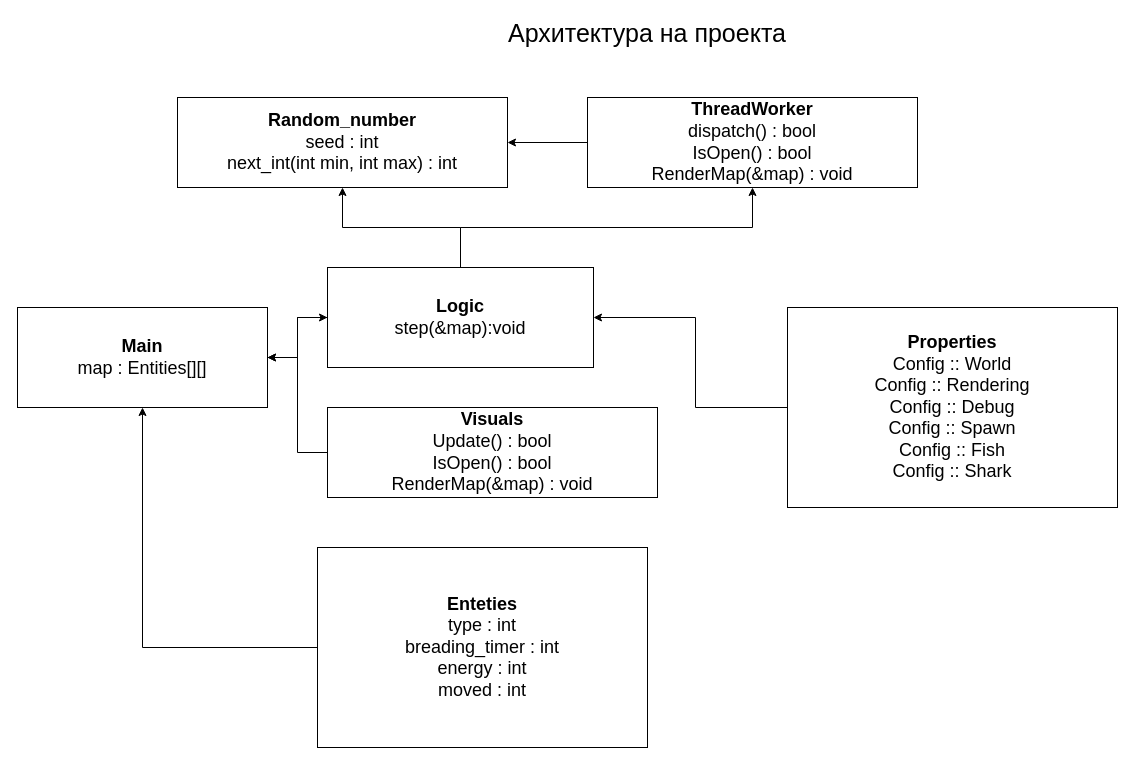
eGuardianDev/University-Work keeps this draw.io diagram as ( 3 ) third Year/( 6 ) Sixth semester/SPO/Docs/Assets/UML-Connections.drawio. Above is the earlier version. Source tidied: cells renumbered, new cells numbered last; positions are measured from the earlier drawing's top-left corner, leaving out a move shared by most shapes. Both pictures are drawn from the tidied source at 100%, with x=0, y=0 at pixel (17, 17).
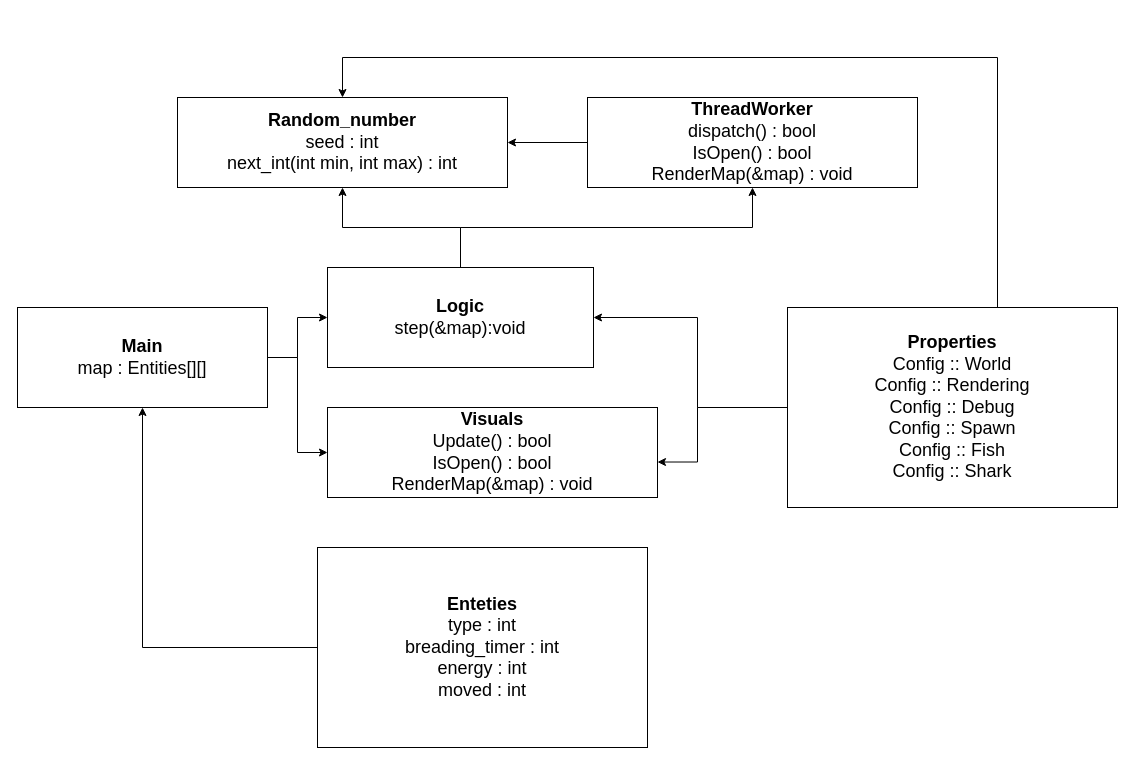
Above is the later version.

Unchanged cells that the change refers to:
```xml
<mxCell id="4" value="&lt;div&gt;&lt;b&gt;Main&lt;/b&gt;&lt;/div&gt;&lt;div&gt;map : Entities[][]&lt;/div&gt;" style="rounded=0;whiteSpace=wrap;html=1;fontSize=18;" parent="1" vertex="1">
  <mxGeometry y="290" width="250" height="100" as="geometry" />
</mxCell>
<mxCell id="5" value="&lt;div&gt;&lt;b&gt;Random_number&lt;/b&gt;&lt;/div&gt;&lt;div&gt;seed : int&lt;/div&gt;&lt;div&gt;next_int(int min, int max) : int&lt;/div&gt;" style="rounded=0;whiteSpace=wrap;html=1;fontSize=18;" parent="1" vertex="1">
  <mxGeometry x="160" y="80" width="330" height="90" as="geometry" />
</mxCell>
<mxCell id="9" value="&lt;div&gt;&lt;b&gt;Logic&lt;/b&gt;&lt;/div&gt;&lt;div&gt;step(&amp;amp;map):void&lt;/div&gt;" style="rounded=0;whiteSpace=wrap;html=1;fontSize=18;" parent="1" vertex="1">
  <mxGeometry x="310" y="250" width="266" height="100" as="geometry" />
</mxCell>
<mxCell id="11" value="&lt;div&gt;&lt;b&gt;Visuals&lt;/b&gt;&lt;/div&gt;&lt;div&gt;Update() : bool&lt;/div&gt;&lt;div&gt;IsOpen() : bool&lt;/div&gt;&lt;div&gt;RenderMap(&amp;amp;map) : void&lt;/div&gt;" style="rounded=0;whiteSpace=wrap;html=1;fontSize=18;" parent="1" vertex="1">
  <mxGeometry x="310" y="390" width="330" height="90" as="geometry" />
</mxCell>
<mxCell id="17" value="&lt;div&gt;&lt;b&gt;Properties&lt;/b&gt;&lt;/div&gt;&lt;div&gt;Config :: World&lt;/div&gt;&lt;div&gt;Config :: Rendering&lt;/div&gt;&lt;div&gt;Config :: Debug&lt;br&gt;Config :: Spawn&lt;/div&gt;&lt;div&gt;Config :: Fish&lt;/div&gt;&lt;div&gt;Config :: Shark&lt;/div&gt;" style="rounded=0;whiteSpace=wrap;html=1;fontSize=18;" parent="1" vertex="1">
  <mxGeometry x="770" y="290" width="330" height="200" as="geometry" />
</mxCell>
```

The edit, as a diff of the source:
```diff
@@
-    <mxCell id="2" value="&lt;font&gt;Архитектура на проекта&lt;/font&gt;" style="text;html=1;whiteSpace=wrap;strokeColor=none;fillColor=none;align=center;verticalAlign=middle;rounded=0;fontSize=25;" parent="1" vertex="1">
-      <mxGeometry x="230" width="800" height="30" as="geometry" />
-    </mxCell>
@@
+    <mxCell id="18" style="edgeStyle=orthogonalEdgeStyle;rounded=0;jettySize=auto;html=1;entryX=0;entryY=0.5;entryDx=0;entryDy=0;" parent="1" edge="1" source="4" target="11">
+      <mxGeometry relative="1" as="geometry" />
+    </mxCell>
@@
-    <mxCell id="8" style="edgeStyle=orthogonalEdgeStyle;rounded=0;jettySize=auto;html=1;entryX=1;entryY=0.5;entryDx=0;entryDy=0;" parent="1" edge="1" source="9" target="4">
-      <mxGeometry relative="1" as="geometry" />
-    </mxCell>
@@
-    <mxCell id="10" style="edgeStyle=orthogonalEdgeStyle;rounded=0;jettySize=auto;html=1;entryX=1;entryY=0.5;entryDx=0;entryDy=0;" parent="1" edge="1" source="11" target="4">
-      <mxGeometry relative="1" as="geometry" />
-    </mxCell>
@@
     <mxCell id="16" style="edgeStyle=orthogonalEdgeStyle;rounded=0;jettySize=auto;html=1;entryX=1;entryY=0.5;entryDx=0;entryDy=0;" parent="1" edge="1" source="17" target="9">
       <mxGeometry relative="1" as="geometry">
         <Array as="points">
-          <mxPoint x="678" y="390" />
-          <mxPoint x="678" y="300" />
+          <mxPoint x="680" y="390" />
+          <mxPoint x="680" y="300" />
         </Array>
       </mxGeometry>
     </mxCell>
+    <mxCell id="19" style="edgeStyle=orthogonalEdgeStyle;rounded=0;jettySize=auto;html=1;entryX=0.5;entryY=0;entryDx=0;entryDy=0;" parent="1" edge="1" source="17" target="5">
+      <mxGeometry relative="1" as="geometry">
+        <Array as="points">
+          <mxPoint x="980" y="40" />
+          <mxPoint x="325" y="40" />
+        </Array>
+      </mxGeometry>
+    </mxCell>
@@
+    <mxCell id="20" style="edgeStyle=orthogonalEdgeStyle;rounded=0;jettySize=auto;html=1;entryX=1;entryY=0.606;entryDx=0;entryDy=0;entryPerimeter=0;" parent="1" edge="1" source="17" target="11">
+      <mxGeometry relative="1" as="geometry">
+        <Array as="points">
+          <mxPoint x="680" y="390" />
+          <mxPoint x="680" y="445" />
+        </Array>
+      </mxGeometry>
+    </mxCell>
```
